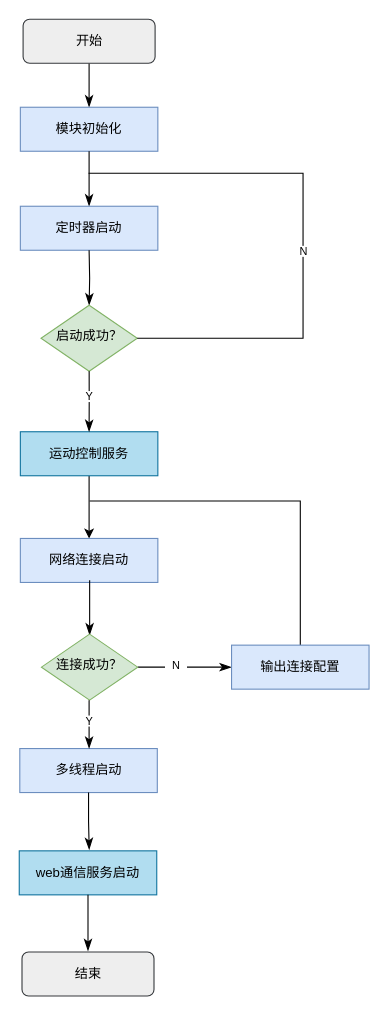
Earlier version of the draw.io diagram 图4.8mainpy文件.drawio (KAZAMA-DREAM/picture). Source tidied: cells renumbered, new cells numbered last; positions are measured from the earlier drawing's top-left corner, leaving out a move shared by most shapes. Both pictures are drawn from the tidied source at 110%, with x=0, y=0 at pixel (19, 19).
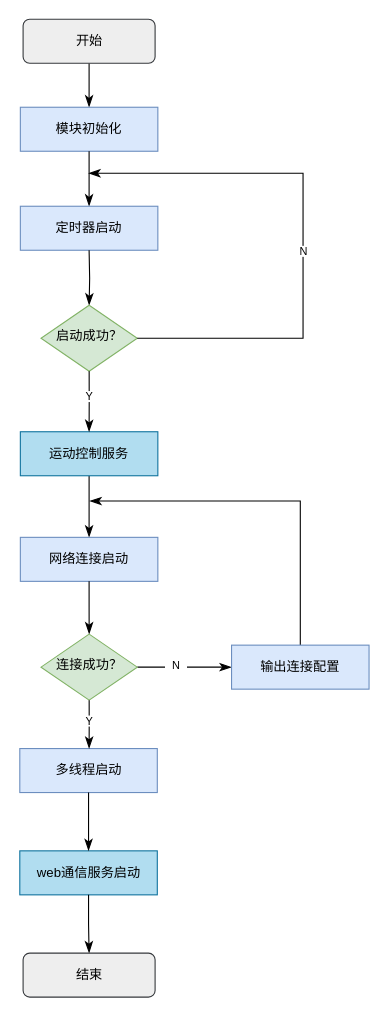
The same page after the edit.

Commit message:
更新图4.8mainpy文件.drawio

The change refers to these unchanged cells:
```xml
<mxCell id="9" value="运动控制服务" style="rounded=0;whiteSpace=wrap;html=1;fillColor=#b1ddf0;strokeColor=#10739e;" parent="1" vertex="1">
  <mxGeometry x="1" y="375" width="125" height="40" as="geometry" />
</mxCell>
<mxCell id="10" value="启动成功？" style="rhombus;whiteSpace=wrap;html=1;shadow=0;fontFamily=Helvetica;fontSize=12;align=center;strokeWidth=1;spacing=6;spacingTop=-4;fillColor=#d5e8d4;strokeColor=#82b366;" parent="1" vertex="1">
  <mxGeometry x="19.8" y="260" width="87.5" height="60" as="geometry" />
</mxCell>
<mxCell id="16" value="多线程启动" style="rounded=0;whiteSpace=wrap;html=1;fillColor=#dae8fc;strokeColor=#6c8ebf;" parent="1" vertex="1">
  <mxGeometry x="0.5" y="663" width="125" height="40" as="geometry" />
</mxCell>
<mxCell id="27" value="输出连接配置" style="rounded=0;whiteSpace=wrap;html=1;fillColor=#dae8fc;strokeColor=#6c8ebf;" parent="1" vertex="1">
  <mxGeometry x="193" y="569" width="125" height="40" as="geometry" />
</mxCell>
```

Change to the diagram source:
```diff
@@
-    <mxCell id="8" style="edgeStyle=orthogonalEdgeStyle;rounded=0;jettySize=auto;html=1;" parent="1" edge="1" source="9" target="14">
+    <mxCell id="8" style="edgeStyle=orthogonalEdgeStyle;rounded=0;jettySize=auto;html=1;endArrow=classicThin;endFill=1;endSize=8;" parent="1" edge="1" source="9" target="14">
       <mxGeometry relative="1" as="geometry" />
     </mxCell>
@@
-    <mxCell id="12" style="rounded=0;html=1;jettySize=auto;fontSize=11;endArrow=none;endFill=0;endSize=8;strokeWidth=1;shadow=0;labelBackgroundColor=none;edgeStyle=orthogonalEdgeStyle;exitX=1;exitY=0.5;exitDx=0;exitDy=0;" parent="1" edge="1" source="10">
+    <mxCell id="12" style="rounded=0;html=1;jettySize=auto;fontSize=11;endArrow=classicThin;endFill=1;endSize=8;strokeWidth=1;shadow=0;labelBackgroundColor=none;edgeStyle=orthogonalEdgeStyle;exitX=1;exitY=0.5;exitDx=0;exitDy=0;startArrow=none;startFill=0;" parent="1" edge="1" source="10">
       <mxGeometry relative="1" as="geometry">
         <mxPoint x="63" y="140" as="targetPoint" />
         <Array as="points">
           <mxPoint x="258" y="290" />
           <mxPoint x="258" y="140" />
         </Array>
       </mxGeometry>
     </mxCell>
@@
     <mxCell id="14" value="网络连接启动" style="rounded=0;whiteSpace=wrap;html=1;fillColor=#dae8fc;strokeColor=#6c8ebf;" parent="1" vertex="1">
-      <mxGeometry x="1" y="472" width="125" height="40" as="geometry" />
+      <mxGeometry x="1" y="471" width="125" height="40" as="geometry" />
     </mxCell>
-    <mxCell id="15" style="rounded=0;html=1;jettySize=auto;orthogonalLoop=1;fontSize=11;endArrow=classicThin;endFill=1;endSize=8;strokeWidth=1;shadow=0;labelBackgroundColor=none;edgeStyle=orthogonalEdgeStyle;exitX=0.5;exitY=1;exitDx=0;exitDy=0;" parent="1" edge="1">
-      <mxGeometry relative="1" as="geometry">
-        <mxPoint x="64" y="510" as="sourcePoint" />
-        <mxPoint x="64" y="560" as="targetPoint" />
-      </mxGeometry>
+    <mxCell id="15" style="rounded=0;html=1;jettySize=auto;fontSize=11;endArrow=classicThin;endFill=1;endSize=8;strokeWidth=1;shadow=0;labelBackgroundColor=none;edgeStyle=orthogonalEdgeStyle;exitX=0.5;exitY=1;exitDx=0;exitDy=0;entryX=0.5;entryY=0;entryDx=0;entryDy=0;" parent="1" edge="1" source="14" target="18">
+      <mxGeometry relative="1" as="geometry" />
     </mxCell>
@@
     <mxCell id="18" value="连接成功？" style="rhombus;whiteSpace=wrap;html=1;shadow=0;fontFamily=Helvetica;fontSize=12;align=center;strokeWidth=1;spacing=6;spacingTop=-4;fillColor=#d5e8d4;strokeColor=#82b366;" parent="1" vertex="1">
-      <mxGeometry x="20.2" y="559" width="87.5" height="60" as="geometry" />
+      <mxGeometry x="19.8" y="559" width="87.5" height="60" as="geometry" />
     </mxCell>
-    <mxCell id="19" style="rounded=0;html=1;jettySize=auto;orthogonalLoop=1;fontSize=11;endArrow=classicThin;endFill=1;endSize=8;strokeWidth=1;shadow=0;labelBackgroundColor=none;edgeStyle=orthogonalEdgeStyle;exitX=0.5;exitY=1;exitDx=0;exitDy=0;" parent="1" edge="1">
+    <mxCell id="19" style="rounded=0;html=1;jettySize=auto;fontSize=11;endArrow=classicThin;endFill=1;endSize=8;strokeWidth=1;shadow=0;labelBackgroundColor=none;edgeStyle=orthogonalEdgeStyle;exitX=0.5;exitY=1;exitDx=0;exitDy=0;" parent="1" edge="1" source="18">
       <mxGeometry relative="1" as="geometry">
-        <mxPoint x="63.5" y="619" as="sourcePoint" />
         <mxPoint x="63.5" y="663" as="targetPoint" />
       </mxGeometry>
     </mxCell>
@@
     <mxCell id="22" value="web通信服务启动" style="rounded=0;whiteSpace=wrap;html=1;fillColor=#b1ddf0;strokeColor=#10739e;" parent="1" vertex="1">
-      <mxGeometry y="756" width="125" height="40" as="geometry" />
+      <mxGeometry x="0.5" y="756" width="125" height="40" as="geometry" />
     </mxCell>
-    <mxCell id="23" style="rounded=0;html=1;jettySize=auto;fontSize=11;endArrow=classicThin;endFill=1;endSize=8;strokeWidth=1;shadow=0;labelBackgroundColor=none;edgeStyle=orthogonalEdgeStyle;exitX=0.5;exitY=1;exitDx=0;exitDy=0;" parent="1" edge="1" source="22">
-      <mxGeometry relative="1" as="geometry">
-        <mxPoint x="62.5" y="847" as="targetPoint" />
-      </mxGeometry>
+    <mxCell id="23" style="rounded=0;html=1;jettySize=auto;fontSize=11;endArrow=classicThin;endFill=1;endSize=8;strokeWidth=1;shadow=0;labelBackgroundColor=none;edgeStyle=orthogonalEdgeStyle;exitX=0.5;exitY=1;exitDx=0;exitDy=0;entryX=0.5;entryY=0;entryDx=0;entryDy=0;" parent="1" edge="1" source="22" target="24">
+      <mxGeometry relative="1" as="geometry" />
     </mxCell>
     <mxCell id="24" value="结束" style="rounded=1;whiteSpace=wrap;html=1;fontSize=12;glass=0;strokeWidth=1;shadow=0;fillColor=#eeeeee;strokeColor=#36393d;" parent="1" vertex="1">
-      <mxGeometry x="2.5" y="848" width="120" height="40" as="geometry" />
+      <mxGeometry x="3.5" y="849" width="120" height="40" as="geometry" />
     </mxCell>
-    <mxCell id="25" style="rounded=0;html=1;jettySize=auto;fontSize=11;endArrow=classicThin;endFill=1;endSize=8;strokeWidth=1;shadow=0;labelBackgroundColor=none;edgeStyle=orthogonalEdgeStyle;exitX=0.5;exitY=1;exitDx=0;exitDy=0;" parent="1" edge="1" source="16">
+    <mxCell id="25" style="rounded=0;html=1;jettySize=auto;fontSize=11;endArrow=classicThin;endFill=1;endSize=8;strokeWidth=1;shadow=0;labelBackgroundColor=none;edgeStyle=orthogonalEdgeStyle;exitX=0.5;exitY=1;exitDx=0;exitDy=0;entryX=0.5;entryY=0;entryDx=0;entryDy=0;" parent="1" edge="1" source="16" target="22">
       <mxGeometry relative="1" as="geometry">
-        <mxPoint x="63.6" y="755" as="targetPoint" />
         <Array as="points">
-          <mxPoint x="63.5" y="729" />
-          <mxPoint x="63.5" y="729" />
+          <mxPoint x="63" y="729" />
         </Array>
       </mxGeometry>
     </mxCell>
-    <mxCell id="26" style="endArrow=none;html=1;rounded=0;edgeStyle=orthogonalEdgeStyle;exitX=0.5;exitY=0;exitDx=0;exitDy=0;" parent="1" edge="1" source="27">
+    <mxCell id="26" style="endArrow=classicThin;html=1;rounded=0;edgeStyle=orthogonalEdgeStyle;exitX=0.5;exitY=0;exitDx=0;exitDy=0;endFill=1;endSize=8;" parent="1" edge="1" source="27">
       <mxGeometry relative="1" as="geometry">
         <mxPoint x="64" y="438" as="targetPoint" />
         <Array as="points">
           <mxPoint x="256" y="438" />
         </Array>
       </mxGeometry>
     </mxCell>
```
